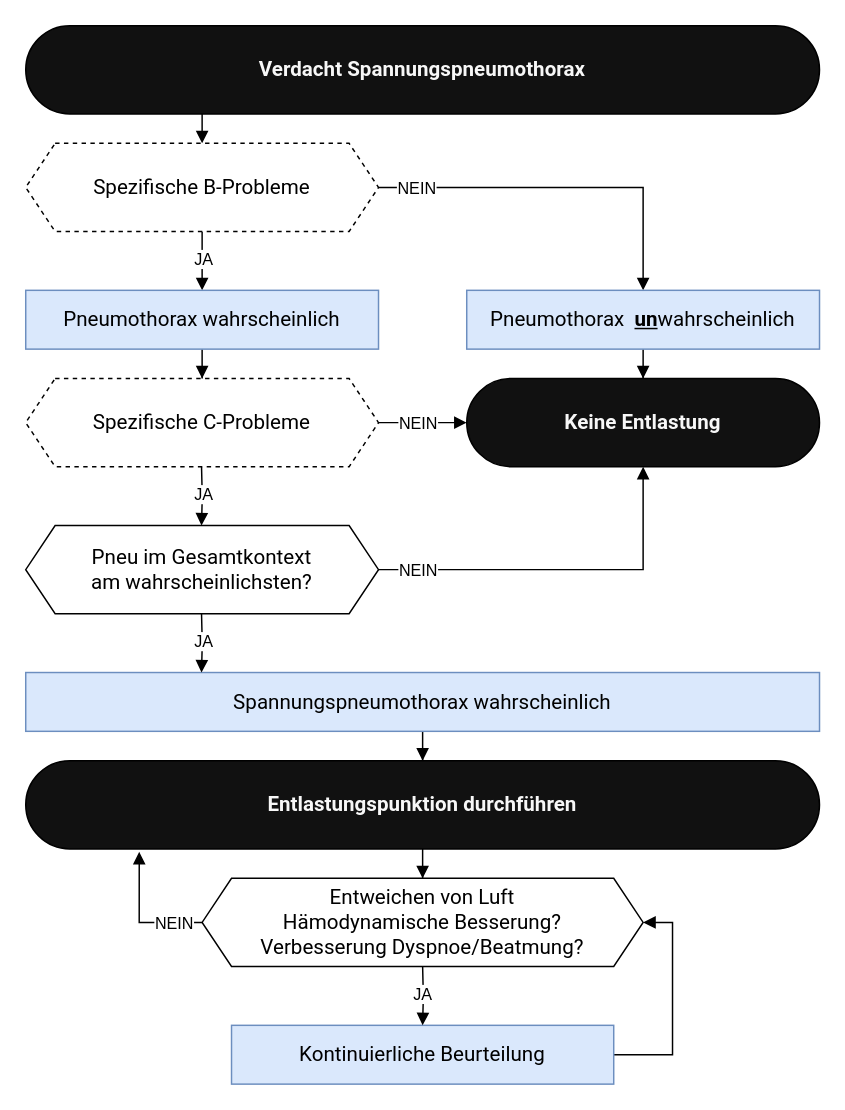
Earlier version of the draw.io diagram assets/flows/entlastungspunktion.drawio (steiiin/notsan-app). Source tidied: cells renumbered, new cells numbered last; positions are measured from the earlier drawing's top-left corner, leaving out a move shared by most shapes. Both pictures are drawn from the tidied source at 147%, with x=0, y=0 at pixel (25, 25).
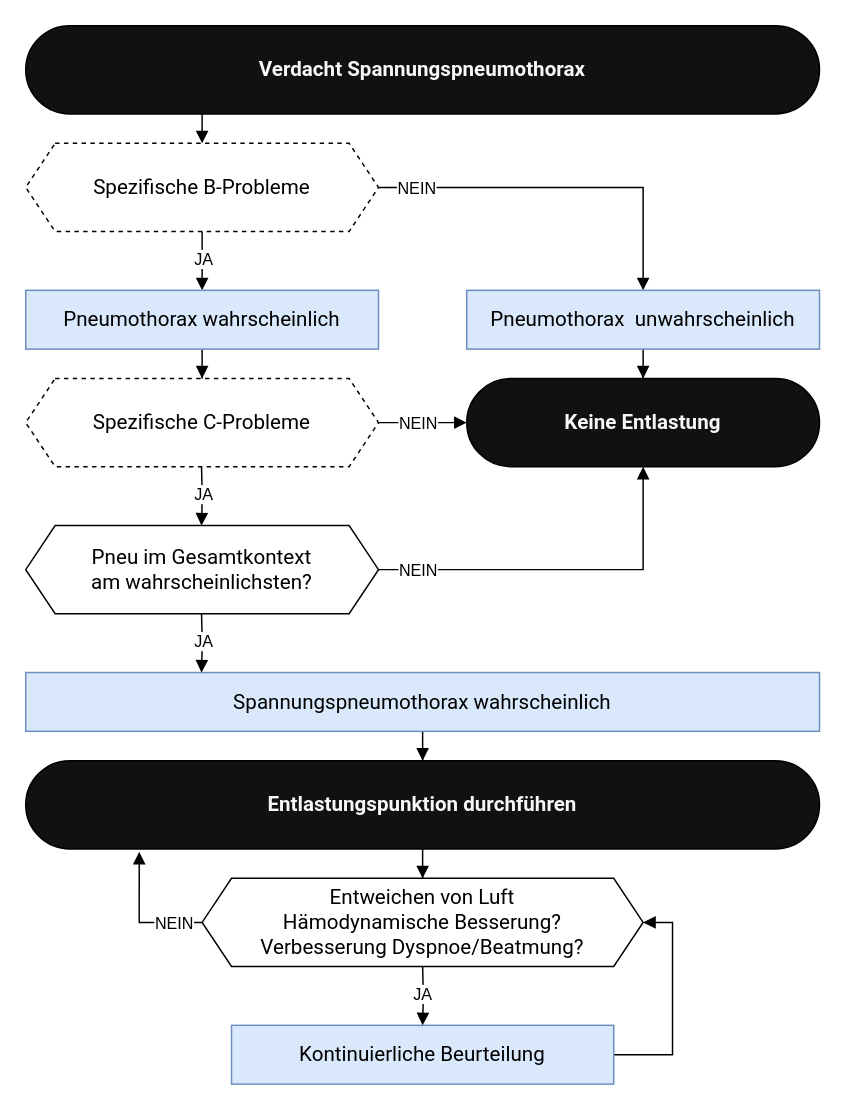
The same page after the edit.

Change to the diagram source:
```diff
@@
-    <mxCell id="14" value="Pneumothorax&amp;nbsp;&amp;nbsp;&lt;b&gt;&lt;u&gt;un&lt;/u&gt;&lt;/b&gt;wahrscheinlich" style="rounded=0;whiteSpace=wrap;html=1;fillColor=#dae8fc;strokeColor=#6c8ebf;fontFamily=&quot;Roboto&quot;, &quot;Helvetica Neue&quot;, sans-serif;fontSize=14;fontColor=default;labelBackgroundColor=none;" parent="1" vertex="1">
+    <mxCell id="14" value="Pneumothorax&amp;nbsp; unwahrscheinlich" style="rounded=0;whiteSpace=wrap;html=1;fillColor=#dae8fc;strokeColor=#6c8ebf;fontFamily=&quot;Roboto&quot;, &quot;Helvetica Neue&quot;, sans-serif;fontSize=14;fontColor=default;labelBackgroundColor=none;" parent="1" vertex="1">
       <mxGeometry x="300" y="180" width="240" height="40" as="geometry" />
     </mxCell>
```
